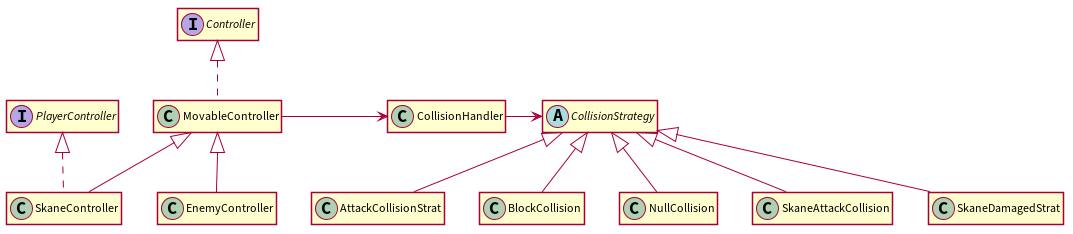
Earlier version of the PlantUML export docs/uml/collision_strategy.png (JoaoCostaIFG/LPOO).
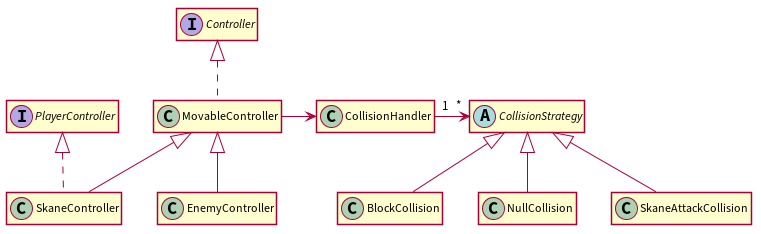
Above is the later version.

Commit message:
Fix/Update: uml class diagram and reprot section for collision streatey is mostly done.

The edit, as a diff of the source:
```diff
@@ -5,11 +5,9 @@
 skinparam linetype polyline
 
 abstract class CollisionStrategy {}
-class AttackCollisionStrat {}
 class BlockCollision {}
 class NullCollision {}
 class SkaneAttackCollision {}
-class SkaneDamagedStrat {}
 
 interface Controller {}
 interface PlayerController {}
@@ -18,11 +16,9 @@
 class MovableController {}
 class SkaneController {}
 
-AttackCollisionStrat -up-^ CollisionStrategy
 BlockCollision -up-^ CollisionStrategy
 NullCollision -up-^ CollisionStrategy
 SkaneAttackCollision -up-^ CollisionStrategy
-SkaneDamagedStrat -up-^ CollisionStrategy
 
 MovableController .up.^ Controller
 SkaneController .up.^ PlayerController
@@ -30,6 +26,6 @@
 EnemyController -up-^ MovableController
 
 MovableController -right-> CollisionHandler
-CollisionHandler -right-> CollisionStrategy
+CollisionHandler "1" -right-> "*" CollisionStrategy
 
 @enduml
```
